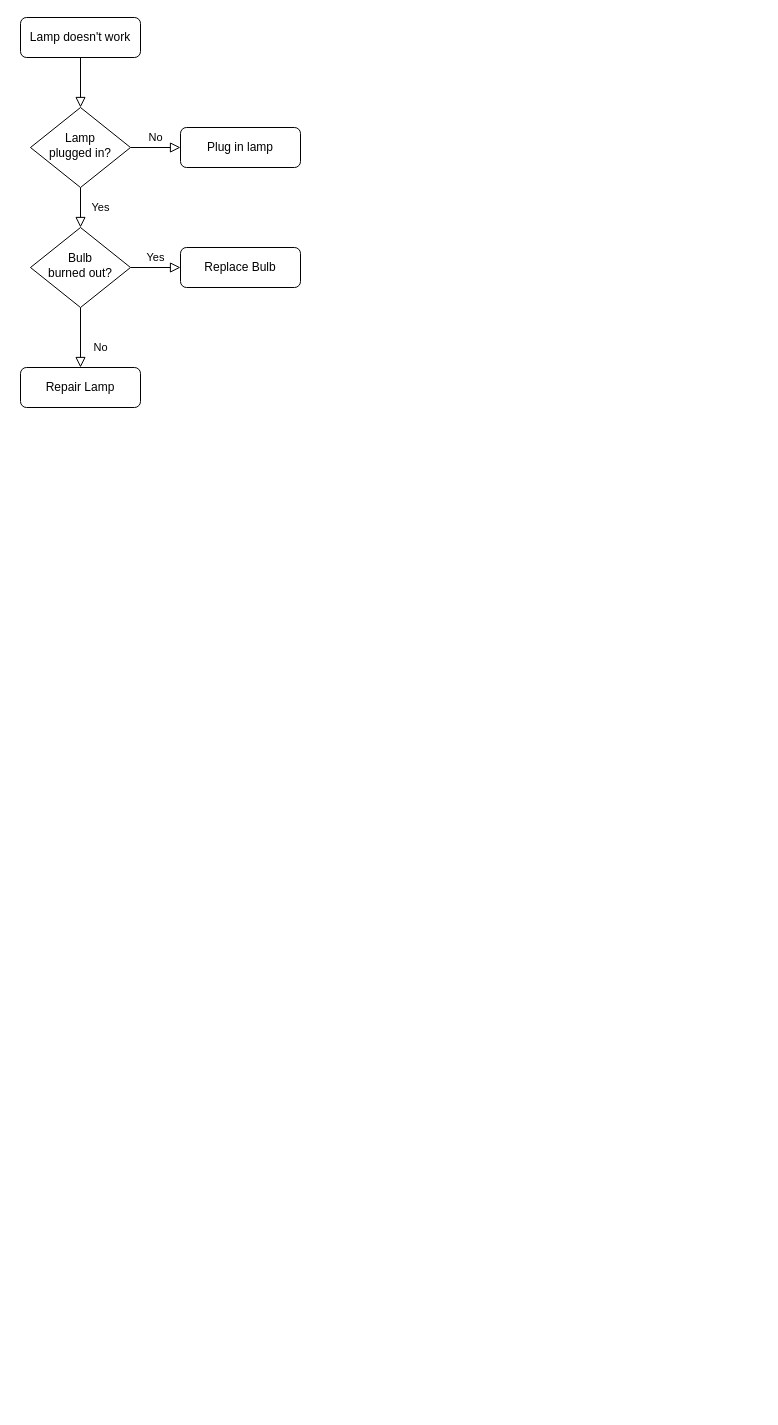
The draw.io diagram Untitled Diagram.drawio in Kunone/yield-farming-flow-chart, before the edit. Source tidied: cells renumbered, new cells numbered last; positions are measured from the earlier drawing's top-left corner, leaving out a move shared by most shapes. Both pictures are drawn from the tidied source at 100%, with x=0, y=0 at pixel (20, 17).
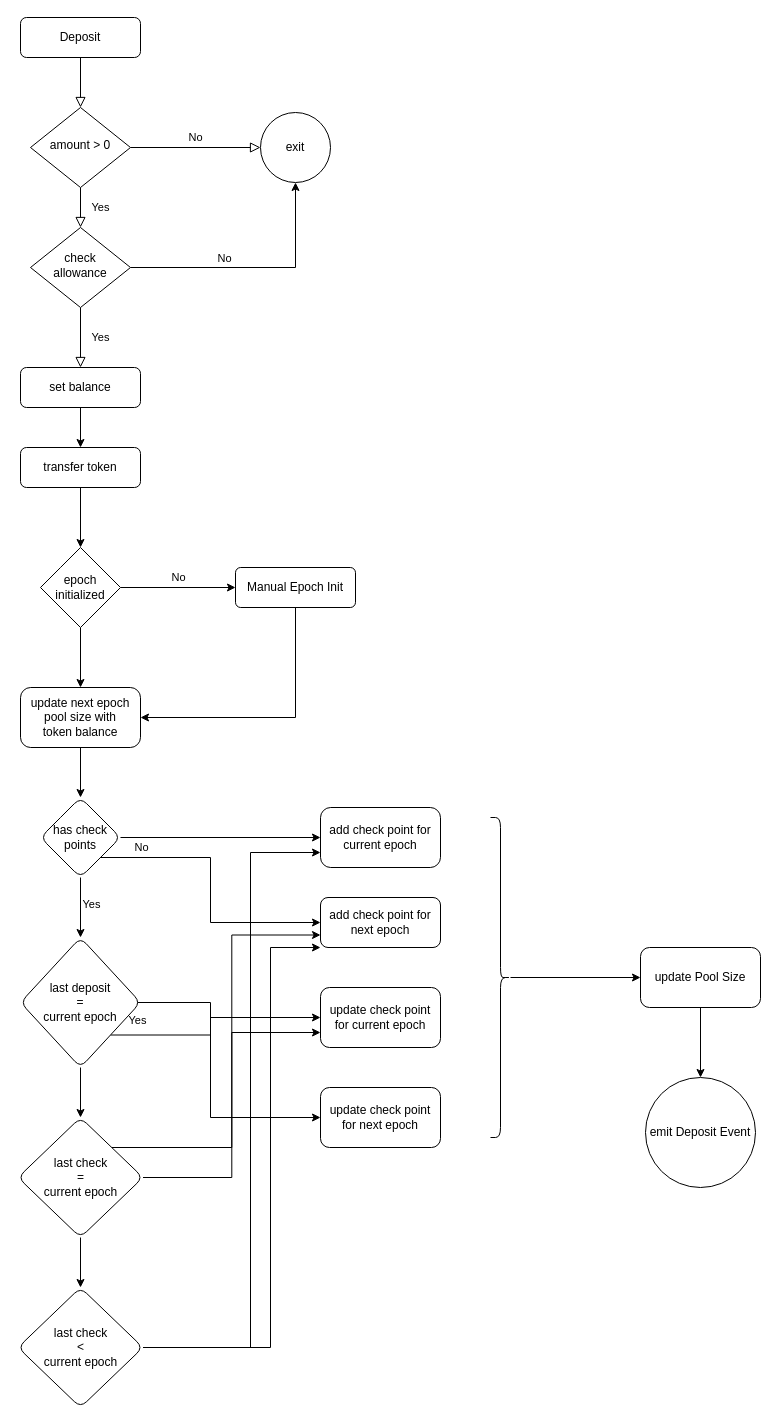
Above is the later version.

Change to the diagram source:
```diff
@@
-    <mxCell id="3" value="Lamp doesn't work" style="rounded=1;whiteSpace=wrap;html=1;fontSize=12;glass=0;strokeWidth=1;shadow=0;" parent="1" vertex="1">
+    <mxCell id="3" value="Deposit" style="rounded=1;whiteSpace=wrap;html=1;fontSize=12;glass=0;strokeWidth=1;shadow=0;" parent="1" vertex="1">
       <mxGeometry width="120" height="40" as="geometry" />
     </mxCell>
@@
-    <mxCell id="5" value="No" style="edgeStyle=orthogonalEdgeStyle;rounded=0;html=1;jettySize=auto;fontSize=11;endArrow=block;endFill=0;endSize=8;strokeWidth=1;shadow=0;labelBackgroundColor=none;" parent="1" edge="1" source="6" target="7">
+    <mxCell id="5" value="No" style="edgeStyle=orthogonalEdgeStyle;rounded=0;html=1;jettySize=auto;fontSize=11;endArrow=block;endFill=0;endSize=8;strokeWidth=1;shadow=0;labelBackgroundColor=none;entryX=0;entryY=0.5;entryDx=0;entryDy=0;" parent="1" edge="1" source="6" target="16">
       <mxGeometry y="10" relative="1" as="geometry" />
     </mxCell>
-    <mxCell id="6" value="Lamp&lt;br&gt;plugged in?" style="rhombus;whiteSpace=wrap;html=1;shadow=0;fontFamily=Helvetica;fontSize=12;align=center;strokeWidth=1;spacing=6;spacingTop=-4;" parent="1" vertex="1">
+    <mxCell id="6" value="amount &amp;gt; 0" style="rhombus;whiteSpace=wrap;html=1;shadow=0;fontFamily=Helvetica;fontSize=12;align=center;strokeWidth=1;spacing=6;spacingTop=-4;" parent="1" vertex="1">
       <mxGeometry x="10" y="90" width="100" height="80" as="geometry" />
     </mxCell>
-    <mxCell id="7" value="Plug in lamp" style="rounded=1;whiteSpace=wrap;html=1;fontSize=12;glass=0;strokeWidth=1;shadow=0;" parent="1" vertex="1">
-      <mxGeometry x="160" y="110" width="120" height="40" as="geometry" />
-    </mxCell>
-    <mxCell id="8" value="No" style="rounded=0;html=1;jettySize=auto;fontSize=11;endArrow=block;endFill=0;endSize=8;strokeWidth=1;shadow=0;labelBackgroundColor=none;edgeStyle=orthogonalEdgeStyle;" parent="1" edge="1" source="10" target="11">
-      <mxGeometry x="0.33" y="20" relative="1" as="geometry" />
+    <mxCell id="8" value="Yes" style="rounded=0;html=1;jettySize=auto;fontSize=11;endArrow=block;endFill=0;endSize=8;strokeWidth=1;shadow=0;labelBackgroundColor=none;edgeStyle=orthogonalEdgeStyle;" parent="1" edge="1" source="10" target="11">
+      <mxGeometry y="20" relative="1" as="geometry" />
     </mxCell>
-    <mxCell id="9" value="Yes" style="edgeStyle=orthogonalEdgeStyle;rounded=0;html=1;jettySize=auto;fontSize=11;endArrow=block;endFill=0;endSize=8;strokeWidth=1;shadow=0;labelBackgroundColor=none;" parent="1" edge="1" source="10" target="12">
-      <mxGeometry y="10" relative="1" as="geometry" />
-    </mxCell>
+    <mxCell id="13" style="edgeStyle=orthogonalEdgeStyle;rounded=0;jettySize=auto;html=1;entryX=0.5;entryY=1;entryDx=0;entryDy=0;" parent="1" edge="1" source="10" target="16">
+      <mxGeometry relative="1" as="geometry" />
+    </mxCell>
+    <mxCell id="14" value="No" style="edgeLabel;html=1;align=center;verticalAlign=middle;" parent="13" vertex="1">
+      <mxGeometry x="-0.26" y="-2" relative="1" as="geometry">
+        <mxPoint y="-12" as="offset" />
+      </mxGeometry>
+    </mxCell>
-    <mxCell id="10" value="Bulb&lt;br&gt;burned out?" style="rhombus;whiteSpace=wrap;html=1;shadow=0;fontFamily=Helvetica;fontSize=12;align=center;strokeWidth=1;spacing=6;spacingTop=-4;" parent="1" vertex="1">
+    <mxCell id="10" value="&lt;div&gt;check&lt;/div&gt;&lt;div&gt;allowance&lt;/div&gt;" style="rhombus;whiteSpace=wrap;html=1;shadow=0;fontFamily=Helvetica;fontSize=12;align=center;strokeWidth=1;spacing=6;spacingTop=-4;" parent="1" vertex="1">
       <mxGeometry x="10" y="210" width="100" height="80" as="geometry" />
     </mxCell>
+    <mxCell id="15" style="edgeStyle=orthogonalEdgeStyle;rounded=0;jettySize=auto;html=1;" parent="1" edge="1" source="11" target="18">
+      <mxGeometry relative="1" as="geometry" />
+    </mxCell>
-    <mxCell id="11" value="Repair Lamp" style="rounded=1;whiteSpace=wrap;html=1;fontSize=12;glass=0;strokeWidth=1;shadow=0;" parent="1" vertex="1">
+    <mxCell id="11" value="set balance" style="rounded=1;whiteSpace=wrap;html=1;fontSize=12;glass=0;strokeWidth=1;shadow=0;" parent="1" vertex="1">
       <mxGeometry y="350" width="120" height="40" as="geometry" />
     </mxCell>
-    <mxCell id="12" value="Replace Bulb" style="rounded=1;whiteSpace=wrap;html=1;fontSize=12;glass=0;strokeWidth=1;shadow=0;" parent="1" vertex="1">
-      <mxGeometry x="160" y="230" width="120" height="40" as="geometry" />
-    </mxCell>
+    <mxCell id="16" value="&lt;div&gt;exit&lt;/div&gt;" style="ellipse;whiteSpace=wrap;html=1;rounded=1;shadow=0;glass=0;sketch=0;" parent="1" vertex="1">
+      <mxGeometry x="240" y="95" width="70" height="70" as="geometry" />
+    </mxCell>
+    <mxCell id="17" style="edgeStyle=orthogonalEdgeStyle;rounded=0;jettySize=auto;html=1;" parent="1" edge="1" source="18" target="21">
+      <mxGeometry relative="1" as="geometry" />
+    </mxCell>
+    <mxCell id="18" value="transfer token" style="whiteSpace=wrap;html=1;rounded=1;shadow=0;strokeWidth=1;glass=0;" parent="1" vertex="1">
+      <mxGeometry y="430" width="120" height="40" as="geometry" />
+    </mxCell>
+    <mxCell id="19" value="No" style="edgeStyle=orthogonalEdgeStyle;rounded=0;jettySize=auto;html=1;" parent="1" edge="1" source="21" target="23">
+      <mxGeometry y="10" relative="1" as="geometry" />
+    </mxCell>
+    <mxCell id="20" style="edgeStyle=orthogonalEdgeStyle;rounded=0;jettySize=auto;html=1;" parent="1" edge="1" source="21" target="25">
+      <mxGeometry relative="1" as="geometry" />
+    </mxCell>
+    <mxCell id="21" value="&lt;div&gt;epoch&lt;/div&gt;&lt;div&gt;initialized&lt;br&gt;&lt;/div&gt;" style="rhombus;whiteSpace=wrap;html=1;rounded=1;shadow=0;strokeWidth=1;glass=0;arcSize=0;" parent="1" vertex="1">
+      <mxGeometry x="20" y="530" width="80" height="80" as="geometry" />
+    </mxCell>
+    <mxCell id="22" style="edgeStyle=orthogonalEdgeStyle;rounded=0;jettySize=auto;html=1;entryX=1;entryY=0.5;entryDx=0;entryDy=0;" parent="1" edge="1" source="23" target="25">
+      <mxGeometry relative="1" as="geometry">
+        <Array as="points">
+          <mxPoint x="275" y="700" />
+        </Array>
+      </mxGeometry>
+    </mxCell>
+    <mxCell id="23" value="Manual Epoch Init" style="whiteSpace=wrap;html=1;rounded=1;shadow=0;strokeWidth=1;glass=0;arcSize=13;" parent="1" vertex="1">
+      <mxGeometry x="215" y="550" width="120" height="40" as="geometry" />
+    </mxCell>
+    <mxCell id="24" style="edgeStyle=orthogonalEdgeStyle;rounded=0;jettySize=auto;html=1;entryX=0.5;entryY=0;entryDx=0;entryDy=0;" parent="1" edge="1" source="25" target="30">
+      <mxGeometry relative="1" as="geometry" />
+    </mxCell>
+    <mxCell id="25" value="&lt;div&gt;update next epoch&lt;/div&gt;&lt;div&gt;pool size with&lt;/div&gt;&lt;div&gt;token balance&lt;br&gt;&lt;/div&gt;" style="whiteSpace=wrap;html=1;rounded=1;shadow=0;strokeWidth=1;glass=0;arcSize=17;" parent="1" vertex="1">
+      <mxGeometry y="670" width="120" height="60" as="geometry" />
+    </mxCell>
+    <mxCell id="26" value="No" style="edgeStyle=orthogonalEdgeStyle;rounded=0;jettySize=auto;html=1;entryX=0;entryY=0.5;entryDx=0;entryDy=0;exitX=1;exitY=1;exitDx=0;exitDy=0;" parent="1" edge="1" source="30" target="36">
+      <mxGeometry x="-0.71" y="10" relative="1" as="geometry">
+        <Array as="points">
+          <mxPoint x="190" y="840" />
+          <mxPoint x="190" y="905" />
+        </Array>
+      </mxGeometry>
+    </mxCell>
+    <mxCell id="27" style="edgeStyle=orthogonalEdgeStyle;rounded=0;jettySize=auto;html=1;" parent="1" edge="1" source="30" target="35">
+      <mxGeometry relative="1" as="geometry" />
+    </mxCell>
+    <mxCell id="28" value="Yes" style="edgeLabel;html=1;align=center;verticalAlign=middle;" parent="27" vertex="1">
+      <mxGeometry x="-0.13" y="-1" relative="1" as="geometry">
+        <mxPoint x="11" as="offset" />
+      </mxGeometry>
+    </mxCell>
+    <mxCell id="29" style="edgeStyle=orthogonalEdgeStyle;rounded=0;jettySize=auto;html=1;entryX=0;entryY=0.5;entryDx=0;entryDy=0;" parent="1" edge="1" source="30" target="31">
+      <mxGeometry relative="1" as="geometry" />
+    </mxCell>
+    <mxCell id="30" value="has check points" style="rhombus;whiteSpace=wrap;html=1;rounded=1;shadow=0;strokeWidth=1;glass=0;arcSize=17;" parent="1" vertex="1">
+      <mxGeometry x="20" y="780" width="80" height="80" as="geometry" />
+    </mxCell>
+    <mxCell id="31" value="add check point for current epoch" style="whiteSpace=wrap;html=1;rounded=1;shadow=0;strokeWidth=1;glass=0;arcSize=17;" parent="1" vertex="1">
+      <mxGeometry x="300" y="790" width="120" height="60" as="geometry" />
+    </mxCell>
+    <mxCell id="32" style="edgeStyle=orthogonalEdgeStyle;rounded=0;jettySize=auto;html=1;entryX=0;entryY=0.5;entryDx=0;entryDy=0;" parent="1" edge="1" target="45">
+      <mxGeometry relative="1" as="geometry">
+        <mxPoint x="110" y="985" as="sourcePoint" />
+        <Array as="points">
+          <mxPoint x="190" y="985" />
+          <mxPoint x="190" y="1100" />
+        </Array>
+      </mxGeometry>
+    </mxCell>
+    <mxCell id="33" value="Yes" style="edgeStyle=orthogonalEdgeStyle;rounded=0;jettySize=auto;html=1;entryX=0;entryY=0.5;entryDx=0;entryDy=0;exitX=1;exitY=1;exitDx=0;exitDy=0;" parent="1" edge="1" source="35" target="37">
+      <mxGeometry x="-0.76" y="15" relative="1" as="geometry">
+        <Array as="points">
+          <mxPoint x="190" y="1018" />
+          <mxPoint x="190" y="1000" />
+        </Array>
+      </mxGeometry>
+    </mxCell>
+    <mxCell id="34" style="edgeStyle=orthogonalEdgeStyle;rounded=0;jettySize=auto;html=1;" parent="1" edge="1" source="35" target="41">
+      <mxGeometry relative="1" as="geometry" />
+    </mxCell>
+    <mxCell id="35" value="&lt;div&gt;last deposit&lt;br&gt;&lt;/div&gt;&lt;div&gt;=&lt;br&gt;&lt;/div&gt;&lt;div&gt;current epoch&lt;/div&gt;" style="rhombus;whiteSpace=wrap;html=1;rounded=1;shadow=0;strokeWidth=1;glass=0;arcSize=17;" parent="1" vertex="1">
+      <mxGeometry y="920" width="120" height="130" as="geometry" />
+    </mxCell>
+    <mxCell id="36" value="add check point for next epoch" style="rounded=1;whiteSpace=wrap;html=1;shadow=0;glass=0;sketch=0;" parent="1" vertex="1">
+      <mxGeometry x="300" y="880" width="120" height="50" as="geometry" />
+    </mxCell>
+    <mxCell id="37" value="update check point for current epoch" style="rounded=1;whiteSpace=wrap;html=1;shadow=0;glass=0;sketch=0;" parent="1" vertex="1">
+      <mxGeometry x="300" y="970" width="120" height="60" as="geometry" />
+    </mxCell>
+    <mxCell id="38" style="edgeStyle=orthogonalEdgeStyle;rounded=0;jettySize=auto;html=1;" parent="1" edge="1" source="41" target="44">
+      <mxGeometry relative="1" as="geometry" />
+    </mxCell>
+    <mxCell id="39" style="edgeStyle=orthogonalEdgeStyle;rounded=0;jettySize=auto;html=1;entryX=0;entryY=0.75;entryDx=0;entryDy=0;" parent="1" edge="1" source="41" target="37">
+      <mxGeometry relative="1" as="geometry" />
+    </mxCell>
+    <mxCell id="40" style="edgeStyle=orthogonalEdgeStyle;rounded=0;jettySize=auto;html=1;entryX=0;entryY=0.75;entryDx=0;entryDy=0;exitX=1;exitY=0;exitDx=0;exitDy=0;" parent="1" edge="1" source="41" target="36">
+      <mxGeometry relative="1" as="geometry" />
+    </mxCell>
+    <mxCell id="41" value="&lt;div&gt;last check&lt;br&gt;&lt;/div&gt;&lt;div&gt;=&lt;br&gt;&lt;/div&gt;&lt;div&gt;current epoch&lt;/div&gt;" style="rhombus;whiteSpace=wrap;html=1;rounded=1;shadow=0;strokeWidth=1;glass=0;arcSize=17;" parent="1" vertex="1">
+      <mxGeometry x="-2.5" y="1100" width="125" height="120" as="geometry" />
+    </mxCell>
+    <mxCell id="42" style="edgeStyle=orthogonalEdgeStyle;rounded=0;jettySize=auto;html=1;entryX=0;entryY=0.75;entryDx=0;entryDy=0;" parent="1" edge="1" source="44" target="31">
+      <mxGeometry relative="1" as="geometry">
+        <Array as="points">
+          <mxPoint x="230" y="1330" />
+          <mxPoint x="230" y="835" />
+        </Array>
+      </mxGeometry>
+    </mxCell>
+    <mxCell id="43" style="edgeStyle=orthogonalEdgeStyle;rounded=0;jettySize=auto;html=1;entryX=0;entryY=1;entryDx=0;entryDy=0;" parent="1" edge="1" source="44" target="36">
+      <mxGeometry relative="1" as="geometry">
+        <Array as="points">
+          <mxPoint x="250" y="1330" />
+          <mxPoint x="250" y="930" />
+        </Array>
+      </mxGeometry>
+    </mxCell>
+    <mxCell id="44" value="&lt;div&gt;last check&lt;br&gt;&lt;/div&gt;&lt;div&gt;&amp;lt;&lt;br&gt;&lt;/div&gt;&lt;div&gt;current epoch&lt;/div&gt;" style="rhombus;whiteSpace=wrap;html=1;rounded=1;shadow=0;strokeWidth=1;glass=0;arcSize=17;" parent="1" vertex="1">
+      <mxGeometry x="-2.5" y="1270" width="125" height="120" as="geometry" />
+    </mxCell>
+    <mxCell id="45" value="update check point for next epoch" style="rounded=1;whiteSpace=wrap;html=1;shadow=0;glass=0;sketch=0;" parent="1" vertex="1">
+      <mxGeometry x="300" y="1070" width="120" height="60" as="geometry" />
+    </mxCell>
+    <mxCell id="46" style="edgeStyle=orthogonalEdgeStyle;rounded=0;jettySize=auto;html=1;" parent="1" edge="1" source="47" target="49">
+      <mxGeometry relative="1" as="geometry" />
+    </mxCell>
+    <mxCell id="47" style="shape=curlyBracket;whiteSpace=wrap;html=1;rounded=1;shadow=0;glass=0;sketch=0;rotation=-180;" parent="1" vertex="1">
+      <mxGeometry x="470" y="800" width="20" height="320" as="geometry" />
+    </mxCell>
+    <mxCell id="48" style="edgeStyle=orthogonalEdgeStyle;rounded=0;jettySize=auto;html=1;" parent="1" edge="1" source="49" target="50">
+      <mxGeometry relative="1" as="geometry" />
+    </mxCell>
+    <mxCell id="49" value="update Pool Size" style="whiteSpace=wrap;html=1;rounded=1;shadow=0;glass=0;sketch=0;" parent="1" vertex="1">
+      <mxGeometry x="620" y="930" width="120" height="60" as="geometry" />
+    </mxCell>
+    <mxCell id="50" value="emit Deposit Event" style="ellipse;whiteSpace=wrap;html=1;rounded=1;shadow=0;glass=0;sketch=0;" parent="1" vertex="1">
+      <mxGeometry x="625" y="1060" width="110" height="110" as="geometry" />
+    </mxCell>
```
